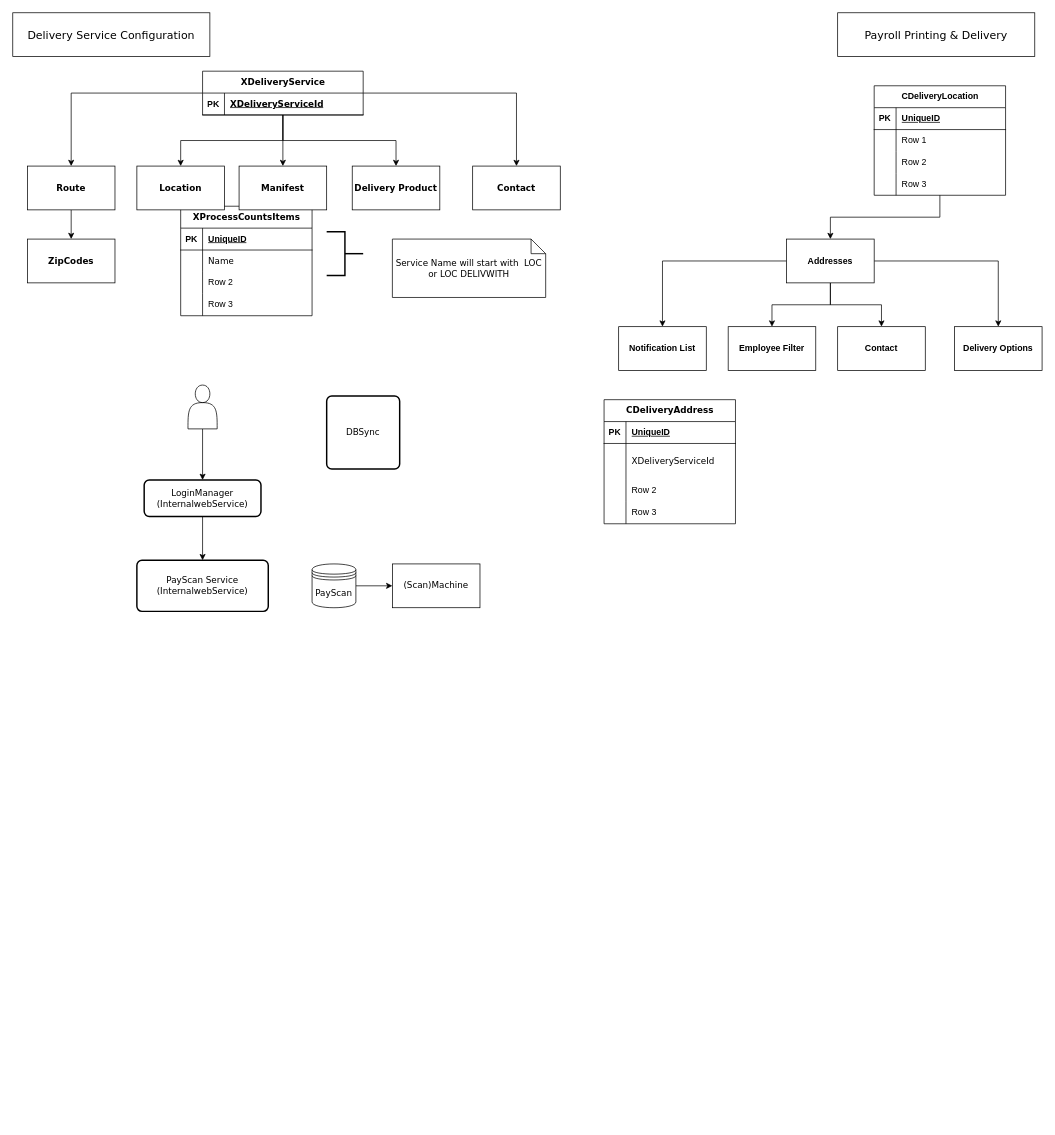
Before: printing_distribution.drawio in iaxenite/diagrams, a draw.io diagram. Source tidied: cells renumbered, new cells numbered last; positions are measured from the earlier drawing's top-left corner, leaving out a move shared by most shapes. Both pictures are drawn from the tidied source at 73%, with x=0, y=0 at pixel (12, 12).
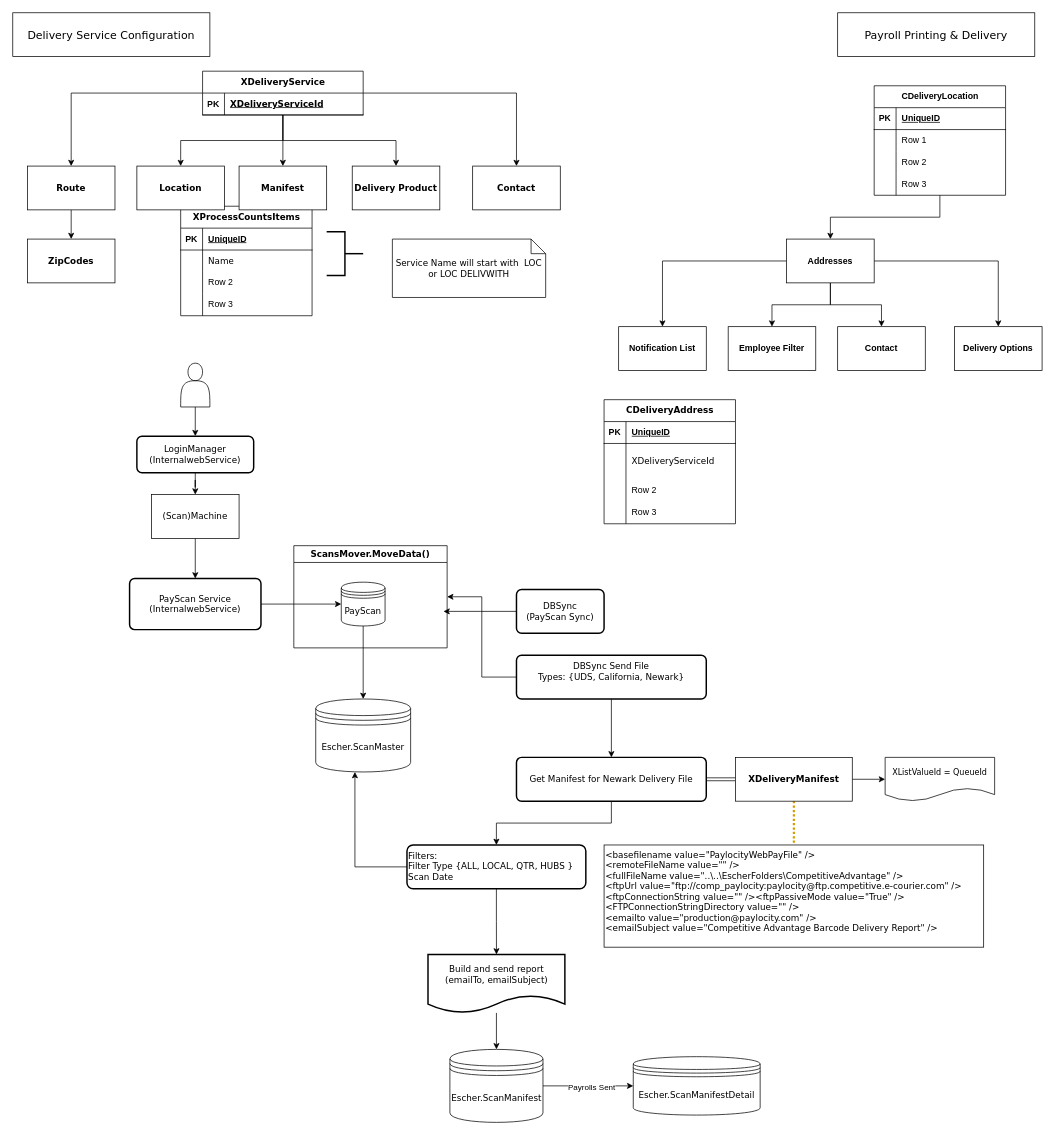
The same page after the edit.

Diff of the diagram source:
```diff
@@
+    <mxCell id="80" style="edgeStyle=orthogonalEdgeStyle;rounded=0;jettySize=auto;html=1;flowAnimation=1;" parent="1" edge="1" source="71" target="77">
+      <mxGeometry relative="1" as="geometry" />
+    </mxCell>
     <mxCell id="71" value="&lt;font face=&quot;Verdana&quot;&gt;PayScan Service (InternalwebService)&lt;/font&gt;" style="rounded=1;whiteSpace=wrap;html=1;absoluteArcSize=1;arcSize=14;strokeWidth=2;" parent="1" vertex="1">
-      <mxGeometry x="170" y="750" width="180" height="70" as="geometry" />
+      <mxGeometry x="160" y="775" width="180" height="70" as="geometry" />
     </mxCell>
@@
     <mxCell id="73" style="shape=actor;whiteSpace=wrap;html=1;" parent="1" vertex="1">
-      <mxGeometry x="240" y="510" width="40" height="60" as="geometry" />
+      <mxGeometry x="230" y="480" width="40" height="60" as="geometry" />
     </mxCell>
-    <mxCell id="74" style="edgeStyle=orthogonalEdgeStyle;rounded=0;jettySize=auto;html=1;entryX=0.5;entryY=0;entryDx=0;entryDy=0;" parent="1" edge="1" source="75" target="71">
-      <mxGeometry relative="1" as="geometry" />
-    </mxCell>
+    <mxCell id="81" style="edgeStyle=orthogonalEdgeStyle;rounded=0;jettySize=auto;html=1;" parent="1" edge="1" source="75" target="78">
+      <mxGeometry relative="1" as="geometry" />
+    </mxCell>
     <mxCell id="75" value="&lt;font face=&quot;Verdana&quot;&gt;LoginManager&lt;/font&gt;&lt;div&gt;&lt;font face=&quot;Verdana&quot;&gt;(InternalwebService)&lt;/font&gt;&lt;/div&gt;" style="rounded=1;whiteSpace=wrap;html=1;absoluteArcSize=1;arcSize=14;strokeWidth=2;" parent="1" vertex="1">
-      <mxGeometry x="180" y="640" width="160" height="50" as="geometry" />
+      <mxGeometry x="170" y="580" width="160" height="50" as="geometry" />
     </mxCell>
-    <mxCell id="76" style="edgeStyle=orthogonalEdgeStyle;rounded=0;jettySize=auto;html=1;" parent="1" edge="1" source="77" target="78">
-      <mxGeometry relative="1" as="geometry" />
-    </mxCell>
+    <mxCell id="82" style="edgeStyle=orthogonalEdgeStyle;rounded=0;jettySize=auto;html=1;flowAnimation=1;" parent="1" edge="1" source="77" target="85">
+      <mxGeometry relative="1" as="geometry" />
+    </mxCell>
+    <mxCell id="83" style="edgeStyle=orthogonalEdgeStyle;rounded=0;jettySize=auto;html=1;" parent="1" edge="1" source="78" target="71">
+      <mxGeometry relative="1" as="geometry" />
+    </mxCell>
+    <mxCell id="78" value="&lt;font face=&quot;Verdana&quot;&gt;(Scan)Machine&lt;/font&gt;" style="whiteSpace=wrap;html=1;" parent="1" vertex="1">
+      <mxGeometry x="190" y="660" width="120" height="60" as="geometry" />
+    </mxCell>
+    <mxCell id="84" style="edgeStyle=orthogonalEdgeStyle;rounded=0;jettySize=auto;html=1;" parent="1" edge="1" source="79">
+      <mxGeometry relative="1" as="geometry">
+        <mxPoint x="590" y="820" as="targetPoint" />
+      </mxGeometry>
+    </mxCell>
+    <mxCell id="79" value="&lt;font face=&quot;Verdana&quot;&gt;DBSync&lt;/font&gt;&lt;div&gt;&lt;font face=&quot;Verdana&quot;&gt;(PayScan Sync)&lt;/font&gt;&lt;/div&gt;" style="rounded=1;whiteSpace=wrap;html=1;absoluteArcSize=1;arcSize=14;strokeWidth=2;" parent="1" vertex="1">
+      <mxGeometry x="690" y="790" width="120" height="60" as="geometry" />
+    </mxCell>
+    <mxCell id="85" value="&lt;font face=&quot;Verdana&quot;&gt;Escher.ScanMaster&lt;/font&gt;" style="shape=datastore;whiteSpace=wrap;html=1;" parent="1" vertex="1">
+      <mxGeometry x="415" y="940" width="130" height="100" as="geometry" />
+    </mxCell>
+    <mxCell id="86" style="group;" parent="1" vertex="1">
+      <mxGeometry x="385" y="730" width="245" height="230" as="geometry" />
+    </mxCell>
+    <mxCell id="87" value="ScansMover.MoveData()" style="swimlane;fontFamily=Verdana;" parent="86" vertex="1">
+      <mxGeometry width="210" height="140" as="geometry" />
+    </mxCell>
-    <mxCell id="77" value="&lt;font face=&quot;Verdana&quot;&gt;PayScan&lt;/font&gt;" style="shape=datastore;whiteSpace=wrap;html=1;" parent="1" vertex="1">
-      <mxGeometry x="410" y="755" width="60" height="60" as="geometry" />
+    <mxCell id="77" value="&lt;font face=&quot;Verdana&quot;&gt;PayScan&lt;/font&gt;" style="shape=datastore;whiteSpace=wrap;html=1;" parent="87" vertex="1">
+      <mxGeometry x="65" y="50" width="60" height="60" as="geometry" />
     </mxCell>
-    <mxCell id="78" value="&lt;font face=&quot;Verdana&quot;&gt;(Scan)Machine&lt;/font&gt;" style="whiteSpace=wrap;html=1;" parent="1" vertex="1">
-      <mxGeometry x="520" y="755" width="120" height="60" as="geometry" />
-    </mxCell>
-    <mxCell id="79" value="&lt;font face=&quot;Verdana&quot;&gt;DBSync&lt;/font&gt;" style="rounded=1;whiteSpace=wrap;html=1;absoluteArcSize=1;arcSize=14;strokeWidth=2;" parent="1" vertex="1">
-      <mxGeometry x="430" y="525" width="100" height="100" as="geometry" />
-    </mxCell>
+    <mxCell id="88" style="edgeStyle=orthogonalEdgeStyle;rounded=0;jettySize=auto;html=1;entryX=1;entryY=0.5;entryDx=0;entryDy=0;" parent="1" edge="1" source="90" target="87">
+      <mxGeometry relative="1" as="geometry" />
+    </mxCell>
+    <mxCell id="89" style="edgeStyle=orthogonalEdgeStyle;rounded=0;jettySize=auto;html=1;" parent="1" edge="1" source="90" target="92">
+      <mxGeometry relative="1" as="geometry" />
+    </mxCell>
+    <mxCell id="90" value="&lt;font face=&quot;Verdana&quot;&gt;DBSync Send File&lt;/font&gt;&lt;div&gt;&lt;font face=&quot;Verdana&quot;&gt;Types: {&lt;/font&gt;&lt;span style=&quot;font-family: Verdana; background-color: initial;&quot;&gt;UDS,&amp;nbsp;&lt;/span&gt;&lt;span style=&quot;font-family: Verdana; background-color: initial;&quot;&gt;California, Newark}&lt;/span&gt;&lt;/div&gt;&lt;div&gt;&lt;font face=&quot;Verdana&quot;&gt;&lt;br&gt;&lt;/font&gt;&lt;/div&gt;" style="rounded=1;whiteSpace=wrap;html=1;absoluteArcSize=1;arcSize=14;strokeWidth=2;" parent="1" vertex="1">
+      <mxGeometry x="690" y="880" width="260" height="60" as="geometry" />
+    </mxCell>
+    <mxCell id="91" style="edgeStyle=orthogonalEdgeStyle;rounded=0;jettySize=auto;html=1;" parent="1" edge="1" source="92" target="101">
+      <mxGeometry relative="1" as="geometry" />
+    </mxCell>
+    <mxCell id="92" value="&lt;font face=&quot;Verdana&quot;&gt;Get Manifest for Newark Delivery File&lt;/font&gt;" style="rounded=1;whiteSpace=wrap;html=1;absoluteArcSize=1;arcSize=14;strokeWidth=2;" parent="1" vertex="1">
+      <mxGeometry x="690" y="1020" width="260" height="60" as="geometry" />
+    </mxCell>
+    <mxCell id="93" style="edgeStyle=orthogonalEdgeStyle;rounded=0;jettySize=auto;html=1;shape=link;" parent="1" edge="1" source="96" target="92">
+      <mxGeometry relative="1" as="geometry" />
+    </mxCell>
+    <mxCell id="94" style="edgeStyle=orthogonalEdgeStyle;rounded=0;jettySize=auto;html=1;" parent="1" edge="1" source="96" target="97">
+      <mxGeometry relative="1" as="geometry" />
+    </mxCell>
+    <mxCell id="95" style="edgeStyle=orthogonalEdgeStyle;rounded=0;jettySize=auto;html=1;dashed=1;dashPattern=1 1;endArrow=none;endFill=0;fillColor=#ffe6cc;strokeColor=#d79b00;strokeWidth=3;" parent="1" edge="1" source="96" target="98">
+      <mxGeometry relative="1" as="geometry" />
+    </mxCell>
+    <mxCell id="96" value="XDeliveryManifest" style="whiteSpace=wrap;html=1;fontFamily=Verdana;startSize=30;fontStyle=1;" parent="1" vertex="1">
+      <mxGeometry x="990" y="1020" width="160" height="60" as="geometry" />
+    </mxCell>
+    <mxCell id="97" value="&lt;span style=&quot;font-weight: normal;&quot;&gt;&lt;font style=&quot;font-size: 11px;&quot;&gt;XListValueId = QueueId&lt;/font&gt;&lt;/span&gt;" style="shape=document;whiteSpace=wrap;html=1;boundedLbl=1;fontFamily=Verdana;startSize=30;fontStyle=1;" parent="1" vertex="1">
+      <mxGeometry x="1195" y="1020" width="150" height="60" as="geometry" />
+    </mxCell>
+    <mxCell id="98" value="&lt;div&gt;&amp;lt;basefilename value=&quot;PaylocityWebPayFile&quot; /&amp;gt;&lt;/div&gt;&lt;div&gt;&amp;lt;remoteFileName value=&quot;&quot; /&amp;gt;&lt;/div&gt;&lt;div&gt;&amp;lt;fullFileName value=&quot;..\..\EscherFolders\CompetitiveAdvantage&quot; /&amp;gt;&lt;/div&gt;&lt;div&gt;&amp;lt;ftpUrl value=&quot;ftp://comp_paylocity:paylocity@ftp.competitive.e-courier.com&quot; /&amp;gt;&lt;/div&gt;&lt;div&gt;&amp;lt;ftpConnectionString value=&quot;&quot; /&amp;gt;&amp;lt;ftpPassiveMode value=&quot;True&quot; /&amp;gt;&amp;lt;FTPConnectionStringDirectory value=&quot;&quot; /&amp;gt;&lt;/div&gt;&lt;div&gt;&amp;lt;emailto value=&quot;production@paylocity.com&quot; /&amp;gt;&lt;/div&gt;&lt;div&gt;&amp;lt;emailSubject value=&quot;Competitive Advantage Barcode Delivery Report&quot; /&amp;gt;&lt;/div&gt;" style="whiteSpace=wrap;html=1;fontFamily=Verdana;startSize=30;fontStyle=0;align=left;verticalAlign=top;" parent="1" vertex="1">
+      <mxGeometry x="810" y="1140" width="520" height="140" as="geometry" />
+    </mxCell>
+    <mxCell id="99" style="edgeStyle=orthogonalEdgeStyle;rounded=0;jettySize=auto;html=1;entryX=0.413;entryY=1;entryDx=0;entryDy=0;entryPerimeter=0;exitX=0;exitY=0.5;exitDx=0;exitDy=0;" parent="1" edge="1" source="101" target="85">
+      <mxGeometry relative="1" as="geometry" />
+    </mxCell>
+    <mxCell id="100" style="edgeStyle=orthogonalEdgeStyle;rounded=0;jettySize=auto;html=1;" parent="1" edge="1" source="101" target="103">
+      <mxGeometry relative="1" as="geometry" />
+    </mxCell>
+    <mxCell id="101" value="Filters:&lt;div&gt;Filter Type {ALL, LOCAL, QTR, HUBS }&amp;nbsp;&lt;div&gt;Scan Date&lt;/div&gt;&lt;/div&gt;" style="whiteSpace=wrap;html=1;rounded=1;arcSize=14;strokeWidth=2;fontFamily=Verdana;align=left;" parent="1" vertex="1">
+      <mxGeometry x="540" y="1140" width="245" height="60" as="geometry" />
+    </mxCell>
+    <mxCell id="102" style="edgeStyle=orthogonalEdgeStyle;rounded=0;jettySize=auto;html=1;flowAnimation=1;" parent="1" edge="1" source="103" target="106">
+      <mxGeometry relative="1" as="geometry" />
+    </mxCell>
+    <mxCell id="103" value="Build and send report (emailTo, emailSubject)" style="shape=document;whiteSpace=wrap;html=1;boundedLbl=1;fontFamily=Verdana;rounded=1;arcSize=14;strokeWidth=2;" parent="1" vertex="1">
+      <mxGeometry x="568.8" y="1290" width="187.5" height="80" as="geometry" />
+    </mxCell>
+    <mxCell id="104" style="edgeStyle=orthogonalEdgeStyle;rounded=0;jettySize=auto;html=1;" parent="1" edge="1" source="106" target="107">
+      <mxGeometry relative="1" as="geometry" />
+    </mxCell>
+    <mxCell id="105" value="Payrolls Sent" style="edgeLabel;html=1;align=center;verticalAlign=middle;" parent="104" vertex="1">
+      <mxGeometry x="0.07" y="-1" relative="1" as="geometry" />
+    </mxCell>
+    <mxCell id="106" value="&lt;font face=&quot;Verdana&quot;&gt;Escher.ScanManifest&lt;/font&gt;" style="shape=datastore;whiteSpace=wrap;html=1;" parent="1" vertex="1">
+      <mxGeometry x="598.8" y="1420" width="127.5" height="100" as="geometry" />
+    </mxCell>
+    <mxCell id="107" value="&lt;font face=&quot;Verdana&quot;&gt;Escher.ScanManifestDetail&lt;/font&gt;" style="shape=datastore;whiteSpace=wrap;html=1;" parent="1" vertex="1">
+      <mxGeometry x="850" y="1430" width="173.8" height="80" as="geometry" />
+    </mxCell>
```
